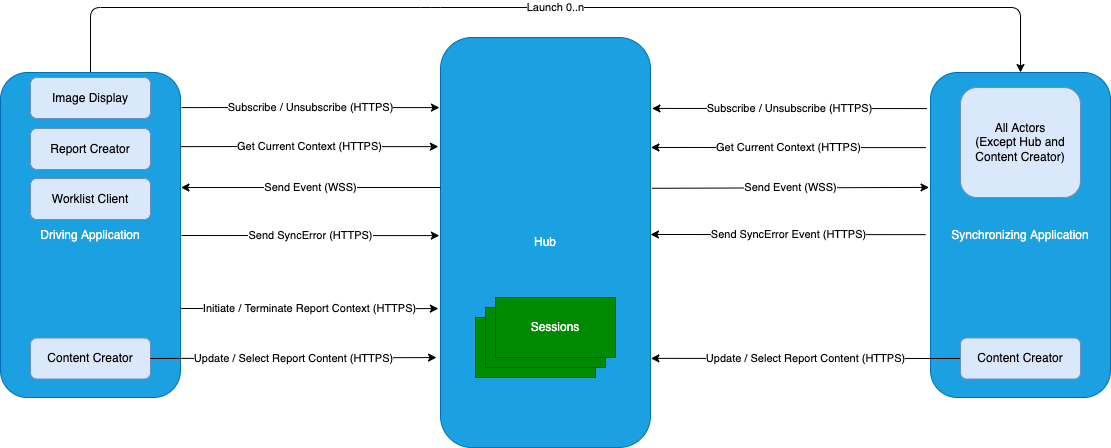
This is input/images/interaction_model.png from IHE/RAD.IRA, a draw.io export, as it was before one commit. Source tidied: cells renumbered, new cells last; positions are measured from the earlier drawing's top-left corner, leaving out a move shared by most shapes.
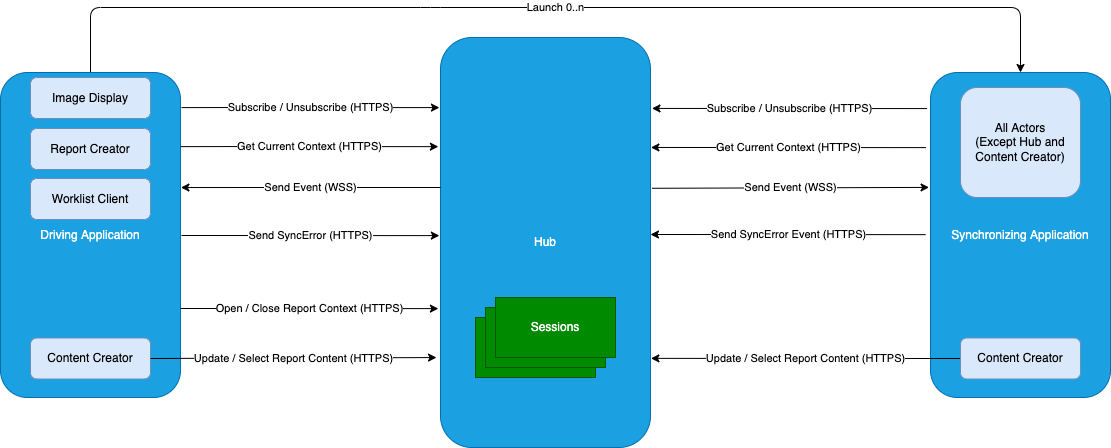
Later version of the same file.

Commit message:
Change 'initiate' and 'terminate' of report context to 'open' and 'close'.

Change to the diagram source:
```diff
@@ -70,7 +70,7 @@
         <mxPoint x="440" y="180" as="targetPoint" />
       </mxGeometry>
     </mxCell>
-    <mxCell id="18" value="Initiate / Terminate Report Context (HTTPS)" style="edgeStyle=none;html=1;entryX=-0.005;entryY=0.171;entryDx=0;entryDy=0;startArrow=none;startFill=0;endArrow=classic;endFill=1;entryPerimeter=0;" parent="1" edge="1">
+    <mxCell id="18" value="Open / Close Report Context (HTTPS)" style="edgeStyle=none;html=1;entryX=-0.005;entryY=0.171;entryDx=0;entryDy=0;startArrow=none;startFill=0;endArrow=classic;endFill=1;entryPerimeter=0;" parent="1" edge="1">
       <mxGeometry relative="1" as="geometry">
         <mxPoint x="180" y="301" as="sourcePoint" />
         <mxPoint x="437.9" y="301.1" as="targetPoint" />
```
